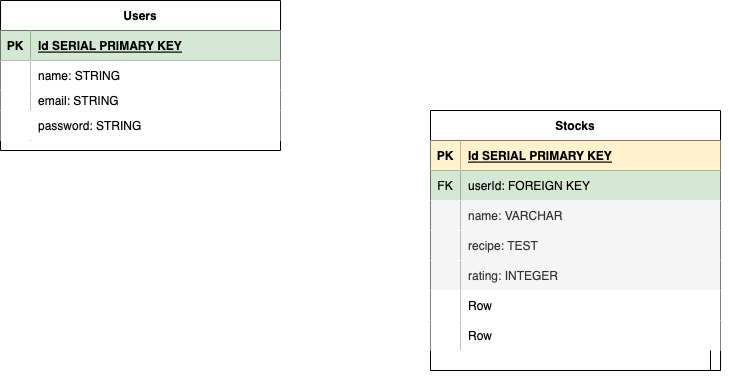
This is ERD.drawio.png from Professorsurf/Project-2, a draw.io export, as it was before one commit. Source tidied: cells renumbered, new cells last; positions are measured from the earlier drawing's top-left corner, leaving out a move shared by most shapes.
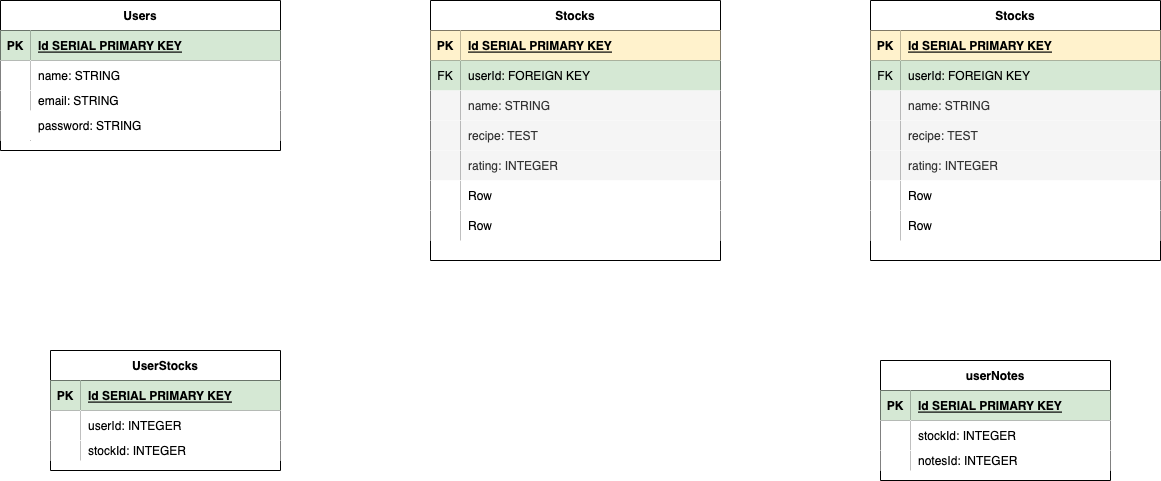
The same file after the commit.

The edit, as a diff of the source:
```diff
@@ -3,7 +3,7 @@
     <mxCell id="0" />
     <mxCell id="1" parent="0" />
     <mxCell id="2" value="Users" style="shape=table;startSize=30;rowLines=0;fontStyle=1;align=center;rounded=0;" parent="1" vertex="1">
-      <mxGeometry width="280" height="150" as="geometry" />
+      <mxGeometry x="20" y="110" width="280" height="150" as="geometry" />
     </mxCell>
     <mxCell id="3" style="shape=tableRow;horizontal=0;startSize=0;swimlaneHead=0;swimlaneBody=0;fillColor=none;top=0;left=0;right=0;bottom=1;rounded=0;" parent="2" vertex="1">
       <mxGeometry y="30" width="280" height="30" as="geometry" />
@@ -41,13 +41,8 @@
     <mxCell id="14" value="password: STRING" style="shape=partialRectangle;fillColor=none;top=0;left=0;bottom=0;right=0;align=left;spacingLeft=6;overflow=hidden;rounded=0;" parent="12" vertex="1">
       <mxGeometry x="30" width="250" height="30" as="geometry" />
     </mxCell>
-    <mxCell id="15" style="edgeStyle=orthogonalEdgeStyle;rounded=0;jettySize=auto;html=1;exitX=1;exitY=1;exitDx=0;exitDy=0;" parent="1" edge="1" source="16">
-      <mxGeometry relative="1" as="geometry">
-        <mxPoint x="710" y="340" as="targetPoint" />
-      </mxGeometry>
-    </mxCell>
     <mxCell id="16" value="Stocks" style="shape=table;startSize=30;rowLines=0;fontStyle=1;align=center;rounded=0;" parent="1" vertex="1">
-      <mxGeometry x="430" y="110" width="290" height="260" as="geometry" />
+      <mxGeometry x="450" y="110" width="290" height="260" as="geometry" />
     </mxCell>
     <mxCell id="17" style="shape=tableRow;horizontal=0;startSize=0;swimlaneHead=0;swimlaneBody=0;fillColor=none;top=0;left=0;right=0;bottom=1;rounded=0;" parent="16" vertex="1">
       <mxGeometry y="30" width="290" height="30" as="geometry" />
@@ -73,7 +68,7 @@
     <mxCell id="24" style="shape=partialRectangle;fillColor=#f5f5f5;top=0;left=0;bottom=0;right=0;overflow=hidden;fontColor=#333333;strokeColor=#666666;rounded=0;" parent="23" vertex="1">
       <mxGeometry width="30" height="30" as="geometry" />
     </mxCell>
-    <mxCell id="25" value="name: VARCHAR" style="shape=partialRectangle;fillColor=#f5f5f5;top=0;left=0;bottom=0;right=0;align=left;spacingLeft=6;overflow=hidden;fontColor=#333333;strokeColor=#666666;rounded=0;" parent="23" vertex="1">
+    <mxCell id="25" value="name: STRING" style="shape=partialRectangle;fillColor=#f5f5f5;top=0;left=0;bottom=0;right=0;align=left;spacingLeft=6;overflow=hidden;fontColor=#333333;strokeColor=#666666;rounded=0;" parent="23" vertex="1">
       <mxGeometry x="30" width="260" height="30" as="geometry" />
     </mxCell>
     <mxCell id="26" style="shape=tableRow;horizontal=0;startSize=0;swimlaneHead=0;swimlaneBody=0;fillColor=none;top=0;left=0;right=0;bottom=0;rounded=0;" parent="16" vertex="1">
@@ -112,5 +107,131 @@
     <mxCell id="37" value="Row" style="shape=partialRectangle;top=0;left=0;bottom=0;right=0;align=left;spacingLeft=6;overflow=hidden;rounded=0;" parent="35" vertex="1">
       <mxGeometry x="30" width="260" height="30" as="geometry" />
     </mxCell>
+    <mxCell id="38" value="UserStocks" style="shape=table;startSize=30;rowLines=0;fontStyle=1;align=center;rounded=0;" parent="1" vertex="1">
+      <mxGeometry x="70" y="460" width="230" height="120" as="geometry" />
+    </mxCell>
+    <mxCell id="39" style="shape=tableRow;horizontal=0;startSize=0;swimlaneHead=0;swimlaneBody=0;fillColor=none;top=0;left=0;right=0;bottom=1;rounded=0;" parent="38" vertex="1">
+      <mxGeometry y="30" width="230" height="30" as="geometry" />
+    </mxCell>
+    <mxCell id="40" value="PK" style="shape=partialRectangle;fillColor=#d5e8d4;top=0;left=0;bottom=0;right=0;fontStyle=1;overflow=hidden;strokeColor=#82b366;rounded=0;" parent="39" vertex="1">
+      <mxGeometry width="30" height="30" as="geometry" />
+    </mxCell>
+    <mxCell id="41" value="Id SERIAL PRIMARY KEY" style="shape=partialRectangle;fillColor=#d5e8d4;top=0;left=0;bottom=0;right=0;align=left;spacingLeft=6;fontStyle=5;overflow=hidden;strokeColor=#82b366;rounded=0;" parent="39" vertex="1">
+      <mxGeometry x="30" width="200" height="30" as="geometry" />
+    </mxCell>
+    <mxCell id="42" style="shape=tableRow;horizontal=0;startSize=0;swimlaneHead=0;swimlaneBody=0;fillColor=none;top=0;left=0;right=0;bottom=0;" parent="38" vertex="1">
+      <mxGeometry y="60" width="230" height="30" as="geometry" />
+    </mxCell>
+    <mxCell id="43" style="shape=partialRectangle;top=0;left=0;bottom=0;right=0;overflow=hidden;" parent="42" vertex="1">
+      <mxGeometry width="30" height="30" as="geometry" />
+    </mxCell>
+    <mxCell id="44" value="userId: INTEGER" style="shape=partialRectangle;top=0;left=0;bottom=0;right=0;align=left;spacingLeft=6;overflow=hidden;" parent="42" vertex="1">
+      <mxGeometry x="30" width="200" height="30" as="geometry" />
+    </mxCell>
+    <mxCell id="45" style="shape=tableRow;horizontal=0;startSize=0;swimlaneHead=0;swimlaneBody=0;fillColor=none;top=0;left=0;right=0;bottom=0;rounded=0;" parent="38" vertex="1">
+      <mxGeometry y="90" width="230" height="20" as="geometry" />
+    </mxCell>
+    <mxCell id="46" style="shape=partialRectangle;top=0;left=0;bottom=0;right=0;overflow=hidden;rounded=0;" parent="45" vertex="1">
+      <mxGeometry width="30" height="20" as="geometry" />
+    </mxCell>
+    <mxCell id="47" value="stockId: INTEGER" style="shape=partialRectangle;top=0;left=0;bottom=0;right=0;align=left;spacingLeft=6;overflow=hidden;rounded=0;" parent="45" vertex="1">
+      <mxGeometry x="30" width="200" height="20" as="geometry" />
+    </mxCell>
+    <mxCell id="48" value="userNotes" style="shape=table;startSize=30;rowLines=0;fontStyle=1;align=center;rounded=0;" parent="1" vertex="1">
+      <mxGeometry x="900" y="470" width="230" height="120" as="geometry" />
+    </mxCell>
+    <mxCell id="49" style="shape=tableRow;horizontal=0;startSize=0;swimlaneHead=0;swimlaneBody=0;fillColor=none;top=0;left=0;right=0;bottom=1;rounded=0;" parent="48" vertex="1">
+      <mxGeometry y="30" width="230" height="30" as="geometry" />
+    </mxCell>
+    <mxCell id="50" value="PK" style="shape=partialRectangle;fillColor=#d5e8d4;top=0;left=0;bottom=0;right=0;fontStyle=1;overflow=hidden;strokeColor=#82b366;rounded=0;" parent="49" vertex="1">
+      <mxGeometry width="30" height="30" as="geometry" />
+    </mxCell>
+    <mxCell id="51" value="Id SERIAL PRIMARY KEY" style="shape=partialRectangle;fillColor=#d5e8d4;top=0;left=0;bottom=0;right=0;align=left;spacingLeft=6;fontStyle=5;overflow=hidden;strokeColor=#82b366;rounded=0;" parent="49" vertex="1">
+      <mxGeometry x="30" width="200" height="30" as="geometry" />
+    </mxCell>
+    <mxCell id="52" style="shape=tableRow;horizontal=0;startSize=0;swimlaneHead=0;swimlaneBody=0;fillColor=none;top=0;left=0;right=0;bottom=0;" parent="48" vertex="1">
+      <mxGeometry y="60" width="230" height="30" as="geometry" />
+    </mxCell>
+    <mxCell id="53" style="shape=partialRectangle;top=0;left=0;bottom=0;right=0;overflow=hidden;" parent="52" vertex="1">
+      <mxGeometry width="30" height="30" as="geometry" />
+    </mxCell>
+    <mxCell id="54" value="stockId: INTEGER" style="shape=partialRectangle;top=0;left=0;bottom=0;right=0;align=left;spacingLeft=6;overflow=hidden;" parent="52" vertex="1">
+      <mxGeometry x="30" width="200" height="30" as="geometry" />
+    </mxCell>
+    <mxCell id="55" style="shape=tableRow;horizontal=0;startSize=0;swimlaneHead=0;swimlaneBody=0;fillColor=none;top=0;left=0;right=0;bottom=0;rounded=0;" parent="48" vertex="1">
+      <mxGeometry y="90" width="230" height="20" as="geometry" />
+    </mxCell>
+    <mxCell id="56" style="shape=partialRectangle;top=0;left=0;bottom=0;right=0;overflow=hidden;rounded=0;" parent="55" vertex="1">
+      <mxGeometry width="30" height="20" as="geometry" />
+    </mxCell>
+    <mxCell id="57" value="notesId: INTEGER" style="shape=partialRectangle;top=0;left=0;bottom=0;right=0;align=left;spacingLeft=6;overflow=hidden;rounded=0;" parent="55" vertex="1">
+      <mxGeometry x="30" width="200" height="20" as="geometry" />
+    </mxCell>
+    <mxCell id="58" value="Stocks" style="shape=table;startSize=30;rowLines=0;fontStyle=1;align=center;rounded=0;" parent="1" vertex="1">
+      <mxGeometry x="890" y="110" width="290" height="260" as="geometry" />
+    </mxCell>
+    <mxCell id="59" style="shape=tableRow;horizontal=0;startSize=0;swimlaneHead=0;swimlaneBody=0;fillColor=none;top=0;left=0;right=0;bottom=1;rounded=0;" parent="58" vertex="1">
+      <mxGeometry y="30" width="290" height="30" as="geometry" />
+    </mxCell>
+    <mxCell id="60" value="PK" style="shape=partialRectangle;fillColor=#fff2cc;top=0;left=0;bottom=0;right=0;fontStyle=1;overflow=hidden;strokeColor=#d6b656;rounded=0;" parent="59" vertex="1">
+      <mxGeometry width="30" height="30" as="geometry" />
+    </mxCell>
+    <mxCell id="61" value="Id SERIAL PRIMARY KEY" style="shape=partialRectangle;fillColor=#fff2cc;top=0;left=0;bottom=0;right=0;align=left;spacingLeft=6;fontStyle=5;overflow=hidden;strokeColor=#d6b656;rounded=0;" parent="59" vertex="1">
+      <mxGeometry x="30" width="260" height="30" as="geometry" />
+    </mxCell>
+    <mxCell id="62" style="shape=tableRow;horizontal=0;startSize=0;swimlaneHead=0;swimlaneBody=0;fillColor=none;top=0;left=0;right=0;bottom=0;rounded=0;" parent="58" vertex="1">
+      <mxGeometry y="60" width="290" height="30" as="geometry" />
+    </mxCell>
+    <mxCell id="63" value="FK" style="shape=partialRectangle;fillColor=#d5e8d4;top=0;left=0;bottom=0;right=0;fontStyle=0;overflow=hidden;strokeColor=#82b366;rounded=0;" parent="62" vertex="1">
+      <mxGeometry width="30" height="30" as="geometry" />
+    </mxCell>
+    <mxCell id="64" value="userId: FOREIGN KEY" style="shape=partialRectangle;fillColor=#d5e8d4;top=0;left=0;bottom=0;right=0;align=left;spacingLeft=6;fontStyle=0;overflow=hidden;strokeColor=#82b366;rounded=0;" parent="62" vertex="1">
+      <mxGeometry x="30" width="260" height="30" as="geometry" />
+    </mxCell>
+    <mxCell id="65" style="shape=tableRow;horizontal=0;startSize=0;swimlaneHead=0;swimlaneBody=0;fillColor=none;top=0;left=0;right=0;bottom=0;rounded=0;" parent="58" vertex="1">
+      <mxGeometry y="90" width="290" height="30" as="geometry" />
+    </mxCell>
+    <mxCell id="66" style="shape=partialRectangle;fillColor=#f5f5f5;top=0;left=0;bottom=0;right=0;overflow=hidden;fontColor=#333333;strokeColor=#666666;rounded=0;" parent="65" vertex="1">
+      <mxGeometry width="30" height="30" as="geometry" />
+    </mxCell>
+    <mxCell id="67" value="name: STRING" style="shape=partialRectangle;fillColor=#f5f5f5;top=0;left=0;bottom=0;right=0;align=left;spacingLeft=6;overflow=hidden;fontColor=#333333;strokeColor=#666666;rounded=0;" parent="65" vertex="1">
+      <mxGeometry x="30" width="260" height="30" as="geometry" />
+    </mxCell>
+    <mxCell id="68" style="shape=tableRow;horizontal=0;startSize=0;swimlaneHead=0;swimlaneBody=0;fillColor=none;top=0;left=0;right=0;bottom=0;rounded=0;" parent="58" vertex="1">
+      <mxGeometry y="120" width="290" height="30" as="geometry" />
+    </mxCell>
+    <mxCell id="69" style="shape=partialRectangle;fillColor=#f5f5f5;top=0;left=0;bottom=0;right=0;overflow=hidden;fontColor=#333333;strokeColor=#666666;rounded=0;" parent="68" vertex="1">
+      <mxGeometry width="30" height="30" as="geometry" />
+    </mxCell>
+    <mxCell id="70" value="recipe: TEST" style="shape=partialRectangle;fillColor=#f5f5f5;top=0;left=0;bottom=0;right=0;align=left;spacingLeft=6;overflow=hidden;fontColor=#333333;strokeColor=#666666;rounded=0;" parent="68" vertex="1">
+      <mxGeometry x="30" width="260" height="30" as="geometry" />
+    </mxCell>
+    <mxCell id="71" style="shape=tableRow;horizontal=0;startSize=0;swimlaneHead=0;swimlaneBody=0;fillColor=none;top=0;left=0;right=0;bottom=0;rounded=0;" parent="58" vertex="1">
+      <mxGeometry y="150" width="290" height="30" as="geometry" />
+    </mxCell>
+    <mxCell id="72" style="shape=partialRectangle;fillColor=#f5f5f5;top=0;left=0;bottom=0;right=0;overflow=hidden;fontColor=#333333;strokeColor=#666666;rounded=0;" parent="71" vertex="1">
+      <mxGeometry width="30" height="30" as="geometry" />
+    </mxCell>
+    <mxCell id="73" value="rating: INTEGER" style="shape=partialRectangle;fillColor=#f5f5f5;top=0;left=0;bottom=0;right=0;align=left;spacingLeft=6;overflow=hidden;fontColor=#333333;strokeColor=#666666;rounded=0;" parent="71" vertex="1">
+      <mxGeometry x="30" width="260" height="30" as="geometry" />
+    </mxCell>
+    <mxCell id="74" style="shape=tableRow;horizontal=0;startSize=0;swimlaneHead=0;swimlaneBody=0;fillColor=none;top=0;left=0;right=0;bottom=0;rounded=0;" parent="58" vertex="1">
+      <mxGeometry y="180" width="290" height="30" as="geometry" />
+    </mxCell>
+    <mxCell id="75" style="shape=partialRectangle;top=0;left=0;bottom=0;right=0;overflow=hidden;rounded=0;" parent="74" vertex="1">
+      <mxGeometry width="30" height="30" as="geometry" />
+    </mxCell>
+    <mxCell id="76" value="Row" style="shape=partialRectangle;top=0;left=0;bottom=0;right=0;align=left;spacingLeft=6;overflow=hidden;rounded=0;" parent="74" vertex="1">
+      <mxGeometry x="30" width="260" height="30" as="geometry" />
+    </mxCell>
+    <mxCell id="77" style="shape=tableRow;horizontal=0;startSize=0;swimlaneHead=0;swimlaneBody=0;fillColor=none;top=0;left=0;right=0;bottom=0;rounded=0;" parent="58" vertex="1">
+      <mxGeometry y="210" width="290" height="30" as="geometry" />
+    </mxCell>
+    <mxCell id="78" style="shape=partialRectangle;top=0;left=0;bottom=0;right=0;overflow=hidden;rounded=0;" parent="77" vertex="1">
+      <mxGeometry width="30" height="30" as="geometry" />
+    </mxCell>
+    <mxCell id="79" value="Row" style="shape=partialRectangle;top=0;left=0;bottom=0;right=0;align=left;spacingLeft=6;overflow=hidden;rounded=0;" parent="77" vertex="1">
+      <mxGeometry x="30" width="260" height="30" as="geometry" />
+    </mxCell>
   </root>
 </mxGraphModel>
```
